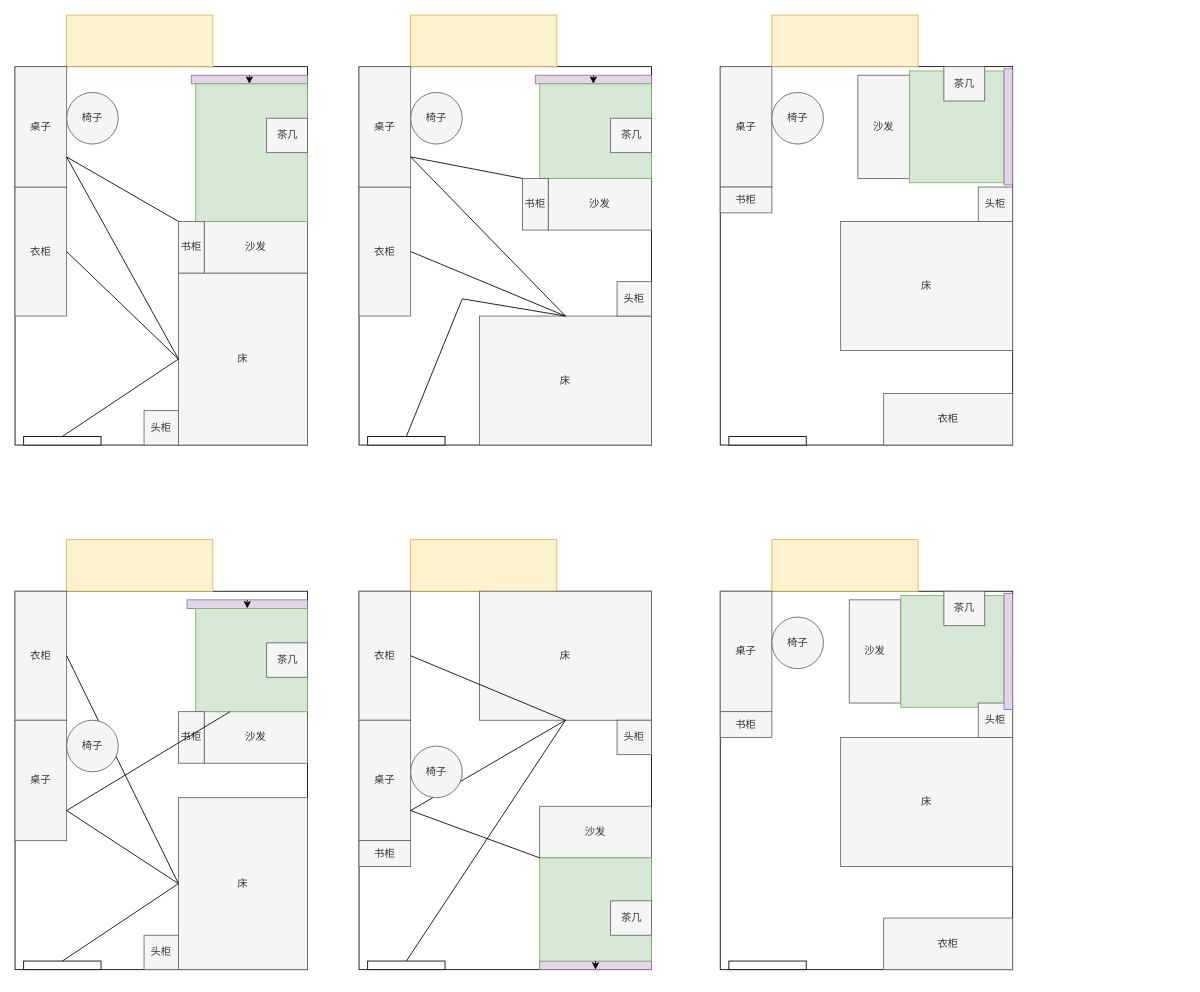
The draw.io diagram Untitled Diagram.drawio in Rightglow/easy_timer, before the edit. Source tidied: cells renumbered, new cells numbered last; positions are measured from the earlier drawing's top-left corner, leaving out a move shared by most shapes. Both pictures are drawn from the tidied source at 86%, with x=0, y=0 at pixel (15, 15).
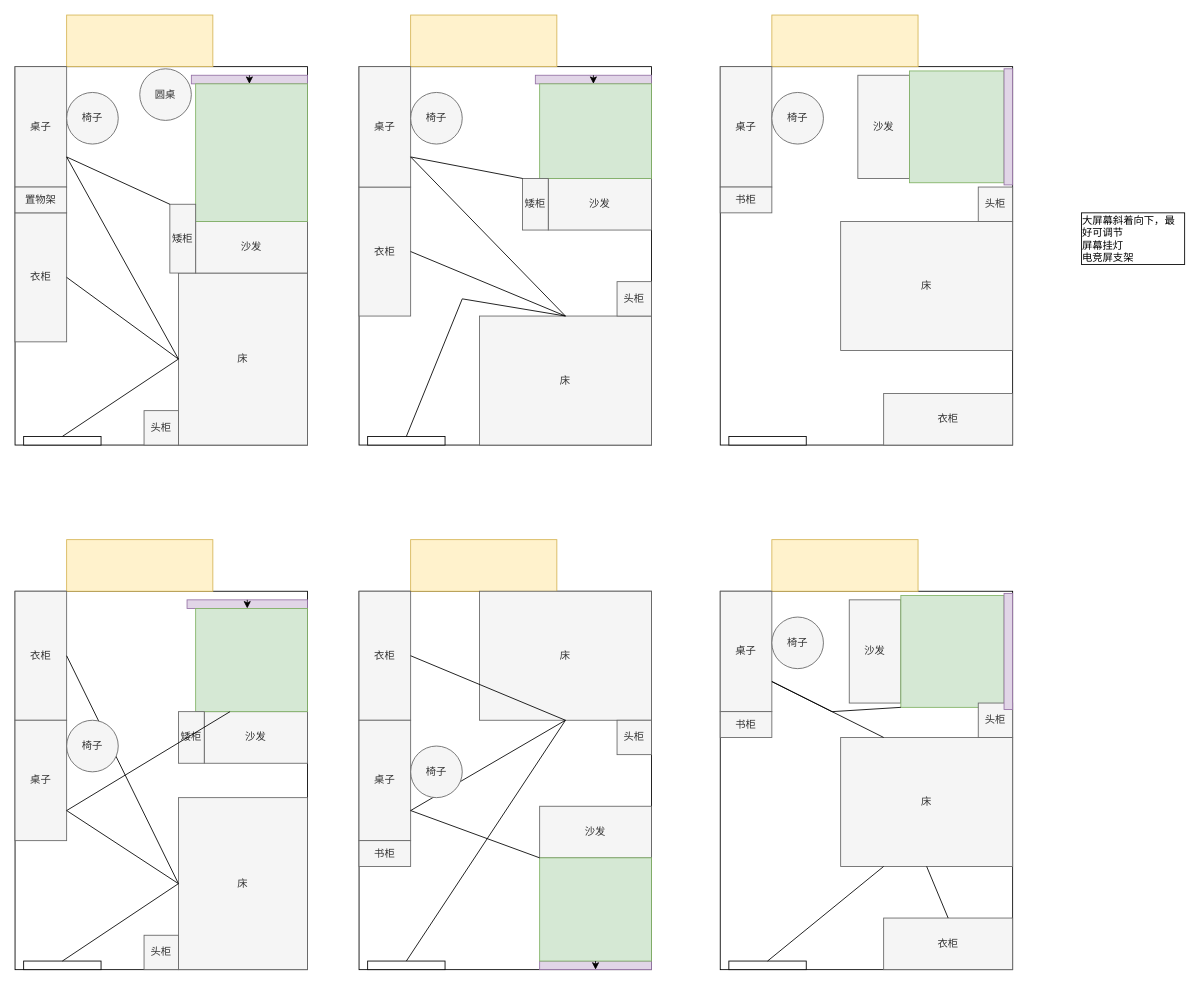
Above is the later version.

Unchanged cells that the change refers to:
```xml
<mxCell id="76" value="衣柜" style="rounded=0;whiteSpace=wrap;html=1;fillColor=#f5f5f5;fontColor=#333333;strokeColor=#666666;direction=north;" parent="1" vertex="1">
  <mxGeometry x="1010" y="1050" width="150" height="60" as="geometry" />
</mxCell>
<mxCell id="77" value="床" style="rounded=0;whiteSpace=wrap;html=1;fillColor=#f5f5f5;fontColor=#333333;strokeColor=#666666;direction=east;" parent="1" vertex="1">
  <mxGeometry x="960" y="840" width="200" height="150" as="geometry" />
</mxCell>
<mxCell id="78" style="rounded=0;whiteSpace=wrap;html=1;" parent="1" vertex="1">
  <mxGeometry x="830" y="1100" width="90" height="10" as="geometry" />
</mxCell>
<mxCell id="79" value="桌子" style="rounded=0;whiteSpace=wrap;html=1;fillColor=#f5f5f5;fontColor=#333333;strokeColor=#666666;direction=south;" parent="1" vertex="1">
  <mxGeometry x="820" y="670" width="60" height="140" as="geometry" />
</mxCell>
<mxCell id="81" style="rounded=0;whiteSpace=wrap;html=1;fillColor=#d5e8d4;strokeColor=#82b366;direction=south;" parent="1" vertex="1">
  <mxGeometry x="1030" y="675" width="120" height="130" as="geometry" />
</mxCell>
```

The edit, as a diff of the source:
```diff
@@
     <mxCell id="4" value="衣柜" style="rounded=0;whiteSpace=wrap;html=1;fillColor=#f5f5f5;fontColor=#333333;strokeColor=#666666;direction=west;" parent="1" vertex="1">
-      <mxGeometry y="200" width="60" height="150" as="geometry" />
+      <mxGeometry y="230" width="60" height="150" as="geometry" />
     </mxCell>
@@
     <mxCell id="10" value="沙发" style="rounded=0;whiteSpace=wrap;html=1;fillColor=#f5f5f5;fontColor=#333333;strokeColor=#666666;direction=south;" parent="1" vertex="1">
-      <mxGeometry x="220" y="240" width="120" height="60" as="geometry" />
+      <mxGeometry x="210" y="240" width="130" height="60" as="geometry" />
     </mxCell>
@@
-    <mxCell id="16" value="茶几" style="rounded=0;whiteSpace=wrap;html=1;fillColor=#f5f5f5;fontColor=#333333;strokeColor=#666666;" parent="1" vertex="1">
-      <mxGeometry x="292.5" y="120" width="47.5" height="40" as="geometry" />
-    </mxCell>
@@
-    <mxCell id="18" value="书柜" style="rounded=0;whiteSpace=wrap;html=1;fillColor=#f5f5f5;fontColor=#333333;strokeColor=#666666;direction=south;" parent="1" vertex="1">
-      <mxGeometry x="190" y="240" width="30" height="60" as="geometry" />
+    <mxCell id="18" value="矮柜" style="rounded=0;whiteSpace=wrap;html=1;fillColor=#f5f5f5;fontColor=#333333;strokeColor=#666666;direction=south;" parent="1" vertex="1">
+      <mxGeometry x="180" y="220" width="30" height="80" as="geometry" />
     </mxCell>
@@
-    <mxCell id="34" value="茶几" style="rounded=0;whiteSpace=wrap;html=1;fillColor=#f5f5f5;fontColor=#333333;strokeColor=#666666;" parent="1" vertex="1">
-      <mxGeometry x="692.5" y="120" width="47.5" height="40" as="geometry" />
-    </mxCell>
@@
-    <mxCell id="36" value="书柜" style="rounded=0;whiteSpace=wrap;html=1;fillColor=#f5f5f5;fontColor=#333333;strokeColor=#666666;direction=south;" parent="1" vertex="1">
+    <mxCell id="36" value="矮柜" style="rounded=0;whiteSpace=wrap;html=1;fillColor=#f5f5f5;fontColor=#333333;strokeColor=#666666;direction=south;" parent="1" vertex="1">
       <mxGeometry x="590" y="190" width="30" height="60" as="geometry" />
     </mxCell>
@@
-    <mxCell id="52" value="茶几" style="rounded=0;whiteSpace=wrap;html=1;fillColor=#f5f5f5;fontColor=#333333;strokeColor=#666666;" parent="1" vertex="1">
-      <mxGeometry x="292.5" y="730" width="47.5" height="40" as="geometry" />
-    </mxCell>
@@
-    <mxCell id="54" value="书柜" style="rounded=0;whiteSpace=wrap;html=1;fillColor=#f5f5f5;fontColor=#333333;strokeColor=#666666;direction=south;" parent="1" vertex="1">
+    <mxCell id="54" value="矮柜" style="rounded=0;whiteSpace=wrap;html=1;fillColor=#f5f5f5;fontColor=#333333;strokeColor=#666666;direction=south;" parent="1" vertex="1">
       <mxGeometry x="190" y="810" width="30" height="60" as="geometry" />
     </mxCell>
@@
-    <mxCell id="70" value="茶几" style="rounded=0;whiteSpace=wrap;html=1;fillColor=#f5f5f5;fontColor=#333333;strokeColor=#666666;" parent="1" vertex="1">
-      <mxGeometry x="692.5" y="1030" width="47.5" height="40" as="geometry" />
-    </mxCell>
@@
-    <mxCell id="83" value="茶几" style="rounded=0;whiteSpace=wrap;html=1;fillColor=#f5f5f5;fontColor=#333333;strokeColor=#666666;" parent="1" vertex="1">
-      <mxGeometry x="1080" y="670" width="47.5" height="40" as="geometry" />
-    </mxCell>
@@
-    <mxCell id="97" value="茶几" style="rounded=0;whiteSpace=wrap;html=1;fillColor=#f5f5f5;fontColor=#333333;strokeColor=#666666;" parent="1" vertex="1">
-      <mxGeometry x="1080" y="60" width="47.5" height="40" as="geometry" />
-    </mxCell>
@@
+    <mxCell id="102" style="endArrow=none;html=1;rounded=0;entryX=0.75;entryY=0;entryDx=0;entryDy=0;exitX=0.25;exitY=0;exitDx=0;exitDy=0;" parent="1" edge="1" source="77" target="79">
+      <mxGeometry relative="1" as="geometry" />
+    </mxCell>
+    <mxCell id="103" style="endArrow=none;html=1;rounded=0;entryX=0.25;entryY=1;entryDx=0;entryDy=0;exitX=0.5;exitY=0;exitDx=0;exitDy=0;" parent="1" edge="1" source="78" target="77">
+      <mxGeometry relative="1" as="geometry" />
+    </mxCell>
+    <mxCell id="104" style="endArrow=none;html=1;rounded=0;entryX=0.5;entryY=1;entryDx=0;entryDy=0;exitX=1;exitY=0.5;exitDx=0;exitDy=0;" parent="1" edge="1" source="76" target="77">
+      <mxGeometry relative="1" as="geometry" />
+    </mxCell>
+    <mxCell id="105" style="endArrow=none;html=1;rounded=0;entryX=0.75;entryY=0;entryDx=0;entryDy=0;exitX=1;exitY=1;exitDx=0;exitDy=0;" parent="1" edge="1" source="81" target="79">
+      <mxGeometry relative="1" as="geometry">
+        <Array as="points">
+          <mxPoint x="950" y="810" />
+        </Array>
+      </mxGeometry>
+    </mxCell>
+    <mxCell id="106" value="&lt;div style=&quot;text-align: left&quot;&gt;&lt;span&gt;大屏幕斜着向下，最好可调节&lt;/span&gt;&lt;/div&gt;&lt;div style=&quot;text-align: left&quot;&gt;屏幕挂灯&lt;/div&gt;&lt;div style=&quot;text-align: left&quot;&gt;电竞屏支架&lt;/div&gt;" style="rounded=0;whiteSpace=wrap;html=1;" parent="1" vertex="1">
+      <mxGeometry x="1240" y="230" width="120" height="60" as="geometry" />
+    </mxCell>
+    <mxCell id="107" value="圆桌" style="ellipse;whiteSpace=wrap;html=1;fillColor=#f5f5f5;fontColor=#333333;strokeColor=#666666;" parent="1" vertex="1">
+      <mxGeometry x="145" y="62.5" width="60" height="60" as="geometry" />
+    </mxCell>
+    <mxCell id="108" value="置物架" style="rounded=0;whiteSpace=wrap;html=1;fillColor=#f5f5f5;fontColor=#333333;strokeColor=#666666;" parent="1" vertex="1">
+      <mxGeometry y="200" width="60" height="30" as="geometry" />
+    </mxCell>
```
